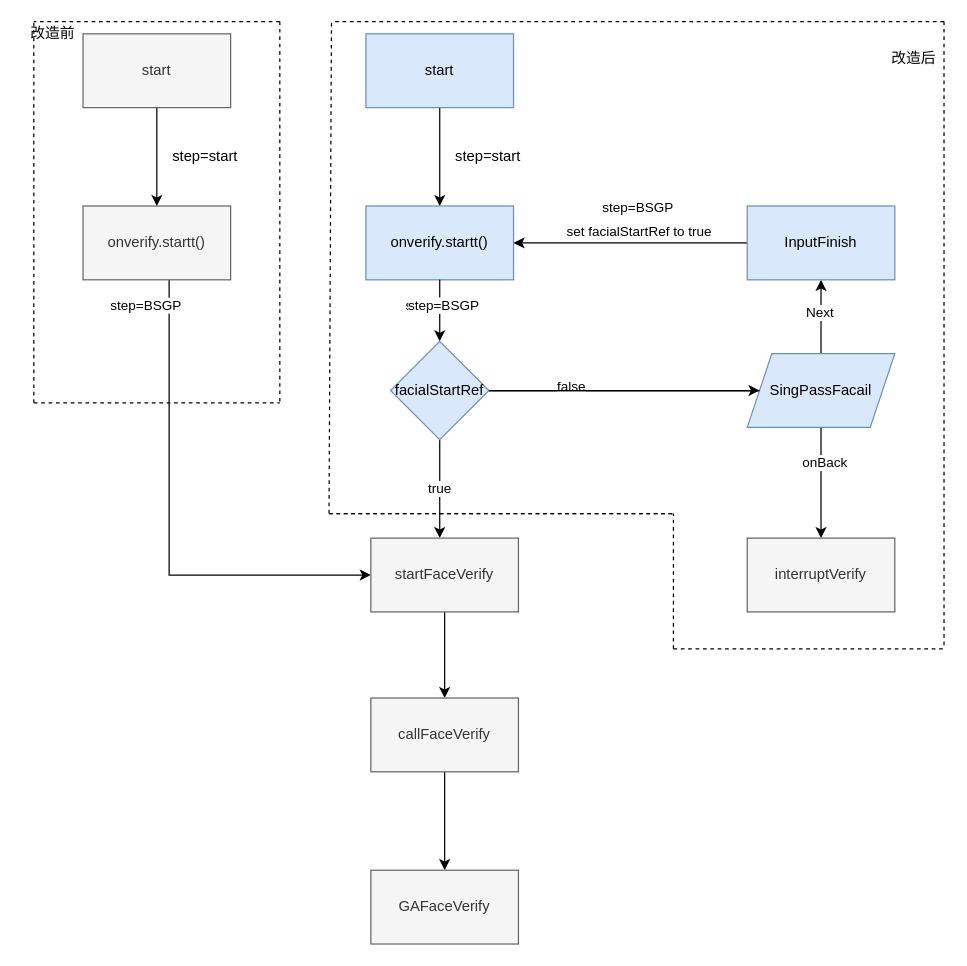
The draw.io diagram src/assets/Untitled Diagram.drawio in RexYao97/sfrex, before the edit. Source tidied: cells renumbered, new cells numbered last; positions are measured from the earlier drawing's top-left corner, leaving out a move shared by most shapes. Both pictures are drawn from the tidied source at 123%, with x=0, y=0 at pixel (21, 21).
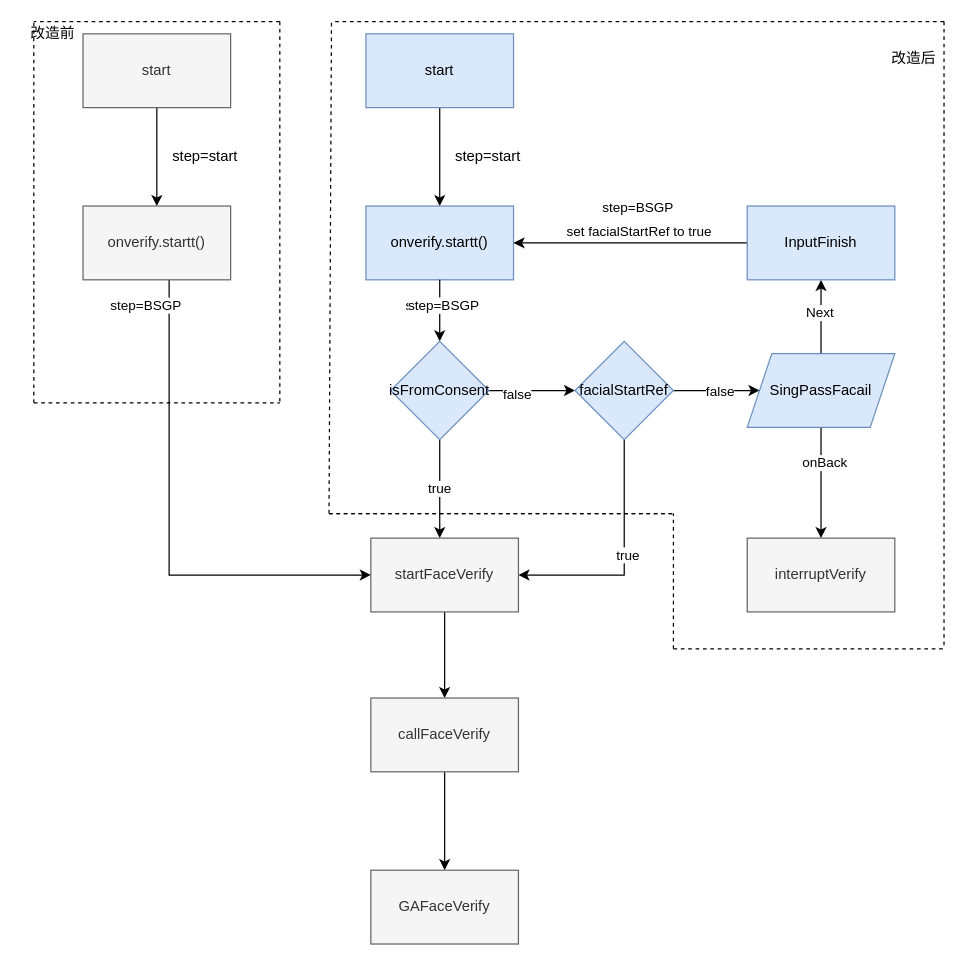
The same page after the edit.

Unchanged cells that the change refers to:
```xml
<mxCell id="19" value="startFaceVerify" style="rounded=0;whiteSpace=wrap;html=1;fillColor=#f5f5f5;fontColor=#333333;strokeColor=#666666;" parent="1" vertex="1">
  <mxGeometry x="284" y="420" width="120" height="60" as="geometry" />
</mxCell>
<mxCell id="33" value="SingPassFacail" style="shape=parallelogram;perimeter=parallelogramPerimeter;whiteSpace=wrap;html=1;fixedSize=1;fontFamily=Helvetica;fontSize=12;align=center;strokeColor=#6c8ebf;fillColor=#dae8fc;" parent="1" vertex="1">
  <mxGeometry x="590" y="270" width="120" height="60" as="geometry" />
</mxCell>
```

Change to the diagram source:
```diff
@@
-    <mxCell id="15" style="edgeStyle=orthogonalEdgeStyle;rounded=0;jettySize=auto;html=1;" parent="1" edge="1" source="31" target="33">
-      <mxGeometry relative="1" as="geometry" />
-    </mxCell>
-    <mxCell id="16" value="false" style="edgeLabel;html=1;align=center;verticalAlign=middle;" parent="15" vertex="1">
-      <mxGeometry x="-0.4" y="4" relative="1" as="geometry" />
-    </mxCell>
@@
+    <mxCell id="49" style="edgeStyle=orthogonalEdgeStyle;rounded=0;jettySize=auto;html=1;" parent="1" edge="1" source="31" target="55">
+      <mxGeometry relative="1" as="geometry" />
+    </mxCell>
+    <mxCell id="50" value="false" style="edgeLabel;html=1;align=center;verticalAlign=middle;" parent="49" vertex="1">
+      <mxGeometry x="-0.37" y="-1" relative="1" as="geometry">
+        <mxPoint y="1" as="offset" />
+      </mxGeometry>
+    </mxCell>
-    <mxCell id="31" value="facialStartRef" style="rhombus;whiteSpace=wrap;html=1;fillColor=#dae8fc;strokeColor=#6c8ebf;" parent="1" vertex="1">
+    <mxCell id="31" value="isFromConsent" style="rhombus;whiteSpace=wrap;html=1;fillColor=#dae8fc;strokeColor=#6c8ebf;" parent="1" vertex="1">
       <mxGeometry x="300" y="260" width="80" height="80" as="geometry" />
     </mxCell>
-    <mxCell id="32" style="edgeStyle=orthogonalEdgeStyle;rounded=0;jettySize=auto;html=1;endArrow=none;" parent="1" edge="1" source="33" target="31">
-      <mxGeometry relative="1" as="geometry" />
-    </mxCell>
@@
-    <mxCell id="34" style="edgeStyle=orthogonalEdgeStyle;rounded=0;jettySize=auto;html=1;startArrow=none;endArrow=none;" parent="1" edge="1" source="31" target="33">
-      <mxGeometry relative="1" as="geometry" />
-    </mxCell>
@@
+    <mxCell id="51" style="edgeStyle=orthogonalEdgeStyle;rounded=0;jettySize=auto;html=1;entryX=1;entryY=0.5;entryDx=0;entryDy=0;" parent="1" edge="1" source="55" target="19">
+      <mxGeometry relative="1" as="geometry">
+        <Array as="points">
+          <mxPoint x="490" y="450" />
+        </Array>
+      </mxGeometry>
+    </mxCell>
+    <mxCell id="52" value="true" style="edgeLabel;html=1;align=center;verticalAlign=middle;" parent="51" vertex="1">
+      <mxGeometry x="-0.05" y="2" relative="1" as="geometry" />
+    </mxCell>
+    <mxCell id="53" style="edgeStyle=orthogonalEdgeStyle;rounded=0;jettySize=auto;html=1;" parent="1" edge="1" source="55" target="33">
+      <mxGeometry relative="1" as="geometry" />
+    </mxCell>
+    <mxCell id="54" value="false" style="edgeLabel;html=1;align=center;verticalAlign=middle;" parent="53" vertex="1">
+      <mxGeometry x="0.06" y="1" relative="1" as="geometry">
+        <mxPoint y="1" as="offset" />
+      </mxGeometry>
+    </mxCell>
+    <mxCell id="55" value="facialStartRef" style="rhombus;whiteSpace=wrap;html=1;fillColor=#dae8fc;strokeColor=#6c8ebf;" parent="1" vertex="1">
+      <mxGeometry x="450" y="260" width="80" height="80" as="geometry" />
+    </mxCell>
```
